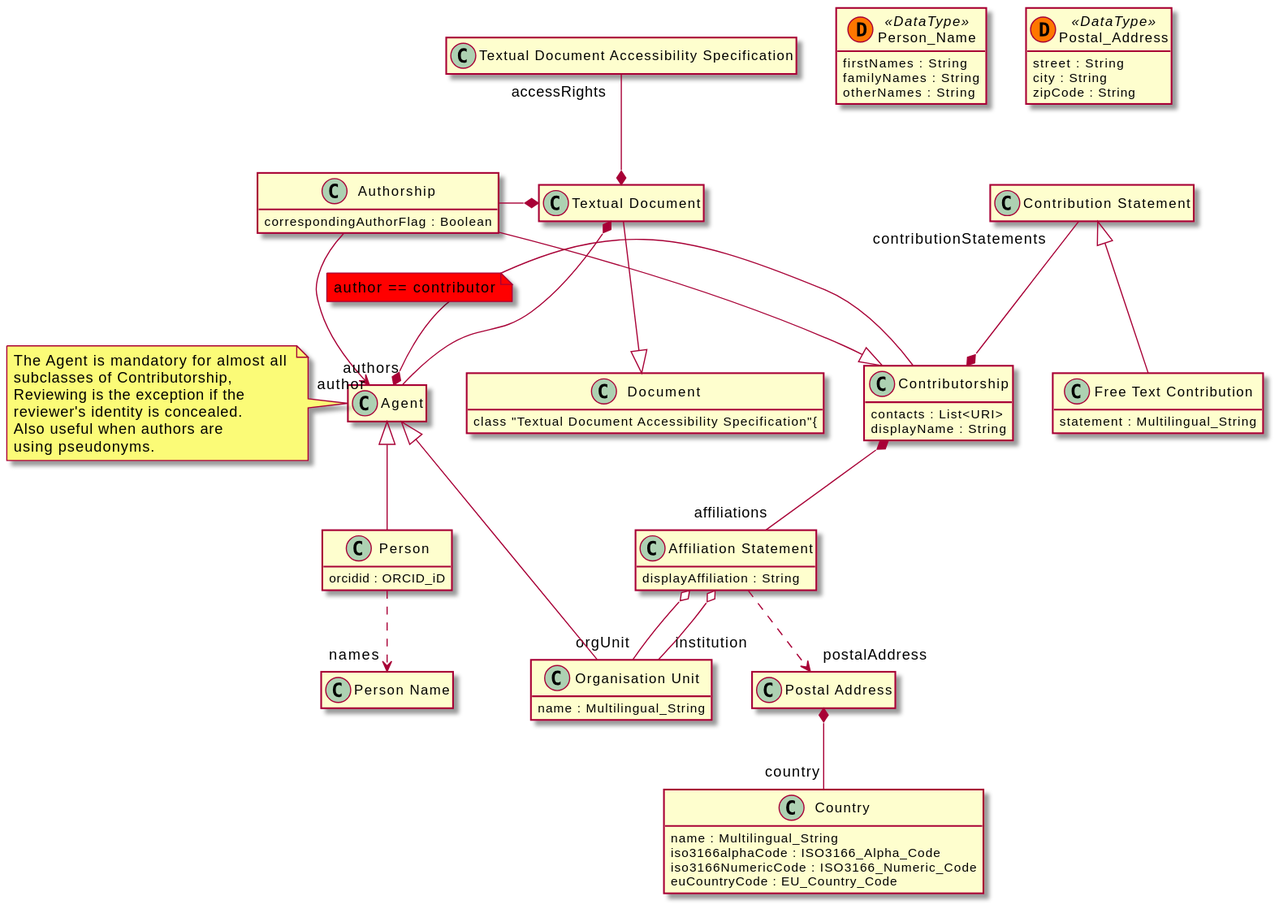
The PlantUML diagram diagrams/core.svg in EuroCRIS/CERIF-ScholarlyPublicationsModule, before a commit.
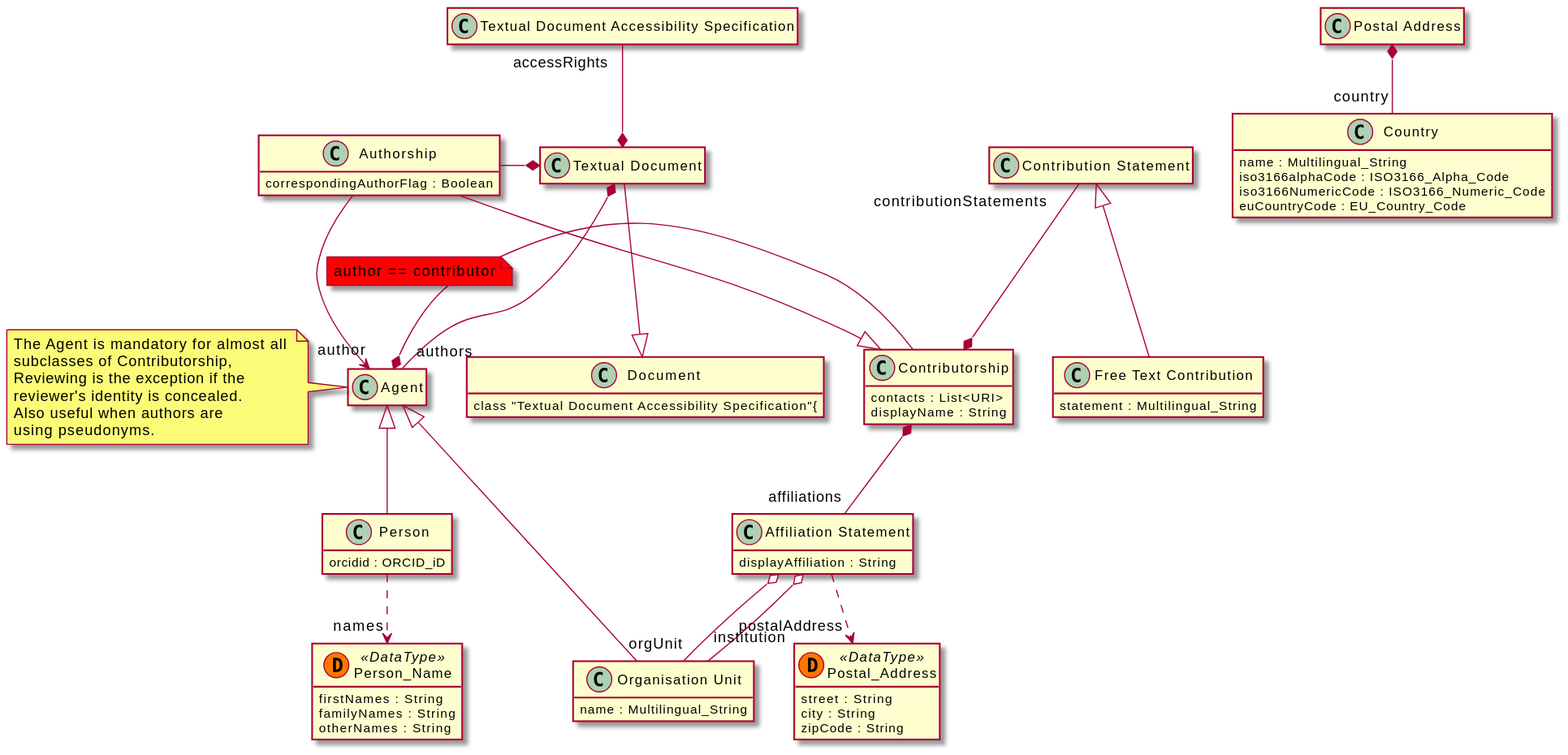
Later version of the same file.

Commit message:
:rocket: adding generated diagrams

Change to the diagram source:
```diff
@@ -60,7 +60,7 @@
         euCountryCode : EU_Country_Code
     }
     "Postal Address" *-- "country" "Country"
-    "Affiliation Statement" ..> "postalAddress" "Postal Address"
+    "Affiliation Statement" ..> "postalAddress" "Postal_Address"
     "Affiliation Statement" o-- "orgUnit" "Organisation Unit"
     "Affiliation Statement" o-- "institution" "Organisation Unit"
     !startsub Contributorship
@@ -78,7 +78,7 @@
     "Contributorship" <|-u- "Authorship"
     "Authorship" --> "author" "Agent"
     note on link #red: author == contributor
-    "Person" .d.> "names" "Person Name"
+    "Person" .d.> "names" "Person_Name"
     "Agent" <|-d- "Person"
     "Agent" <|-d- "Organisation Unit"
     !startsub Document
```
